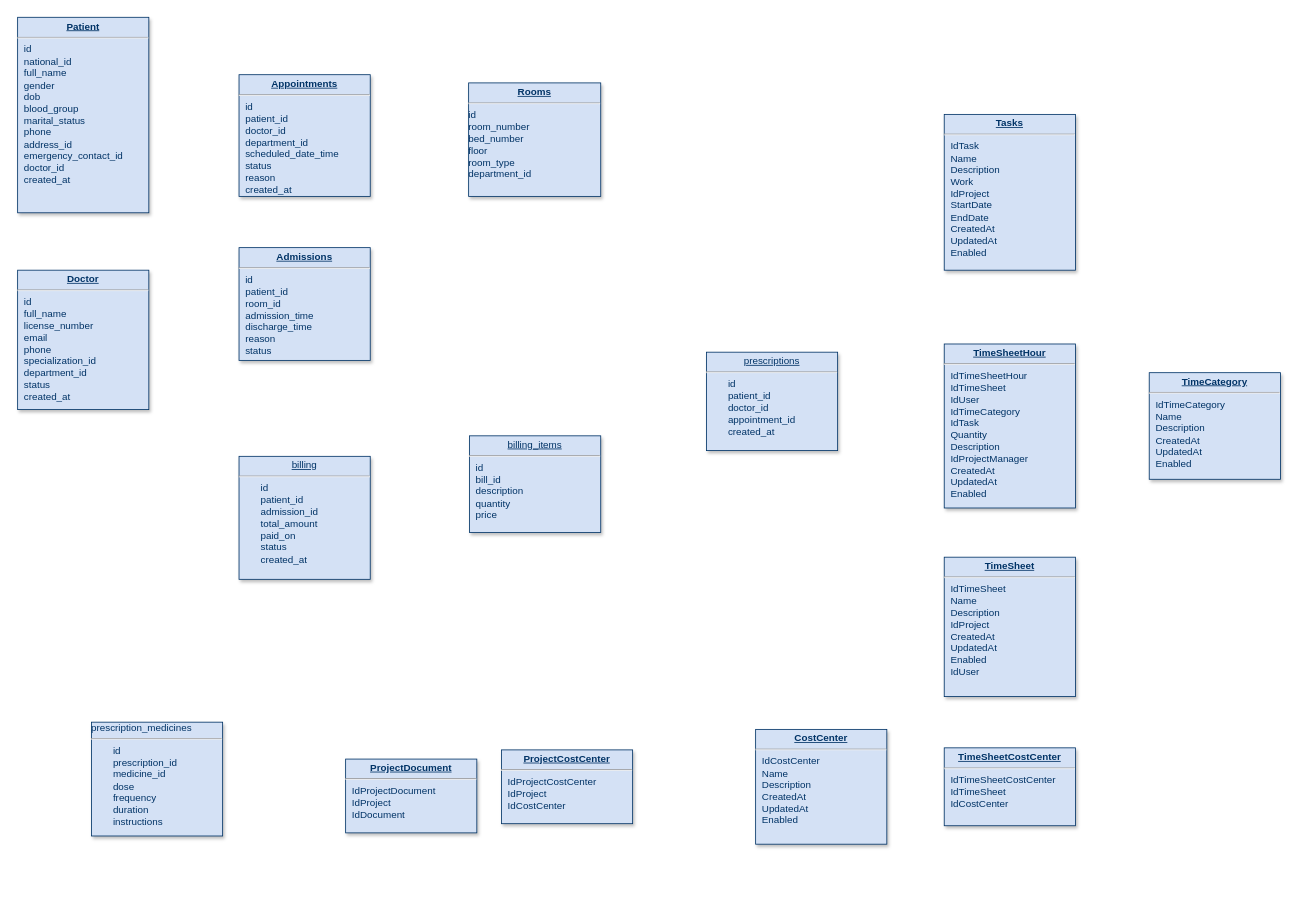
Before: Untitled Diagram.drawio in fiafghan/emr-backend-laravel, a draw.io diagram. Source tidied: cells renumbered, new cells numbered last; positions are measured from the earlier drawing's top-left corner, leaving out a move shared by most shapes. Both pictures are drawn from the tidied source at 82%, with x=0, y=0 at pixel (17, 17).
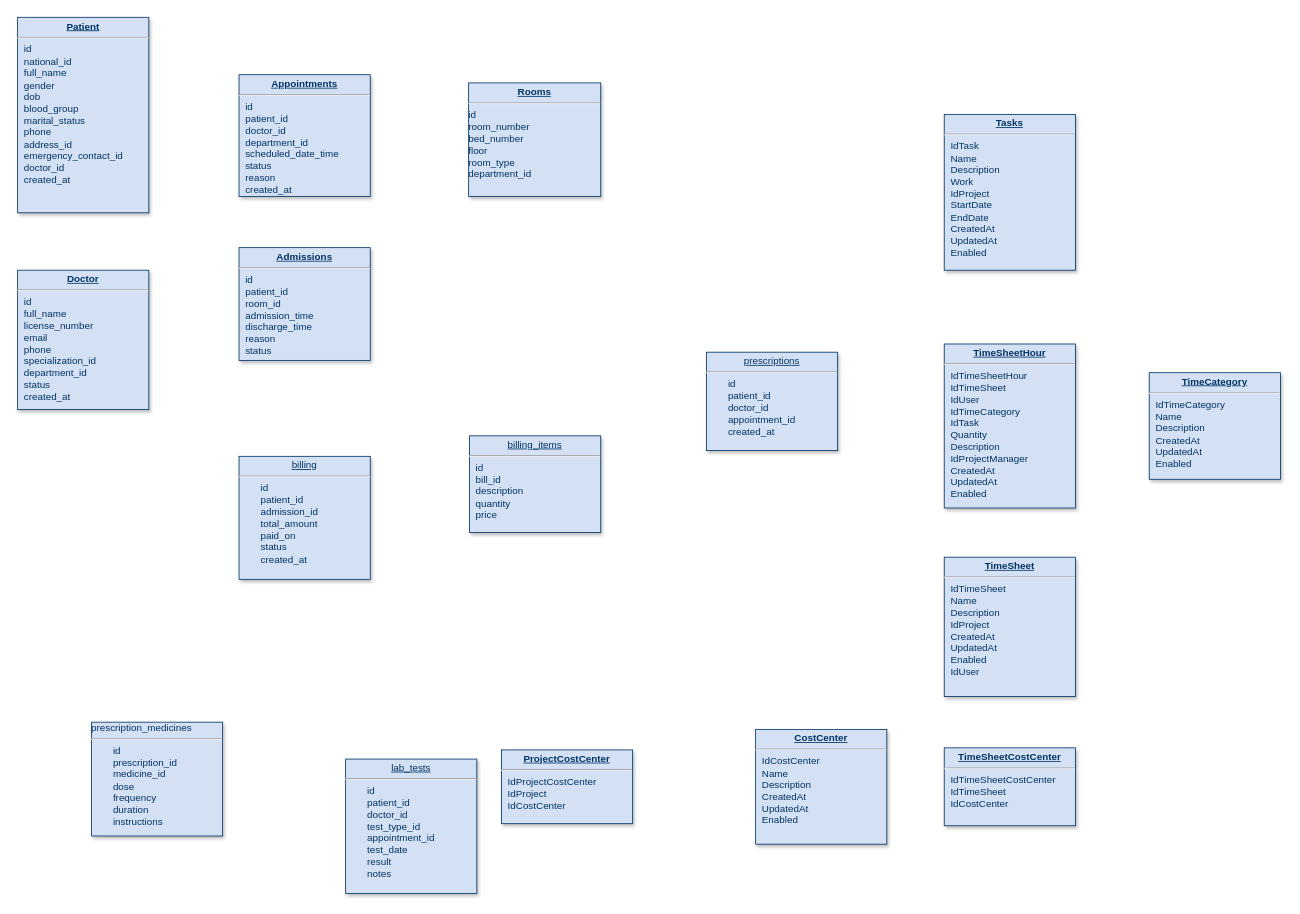
The same diagram, later.

The edit, as a diff of the source:
```diff
@@
 <mxGraphModel>
   <root>
     <mxCell id="0" />
     <mxCell id="1" parent="0" />
     <mxCell id="2" value="&lt;p style=&quot;margin: 4px 0px 0px; text-align: center; text-decoration: underline;&quot;&gt;&lt;strong&gt;Appointments&lt;br&gt;&lt;/strong&gt;&lt;/p&gt;&lt;hr&gt;&lt;p style=&quot;margin: 0px; margin-left: 8px;&quot;&gt;id&lt;/p&gt;&lt;p style=&quot;margin: 0px; margin-left: 8px;&quot;&gt;patient_id&lt;/p&gt;&lt;p style=&quot;margin: 0px; margin-left: 8px;&quot;&gt;doctor_id&lt;/p&gt;&lt;p style=&quot;margin: 0px; margin-left: 8px;&quot;&gt;department_id&lt;/p&gt;&lt;p style=&quot;margin: 0px; margin-left: 8px;&quot;&gt;scheduled_date_time&lt;/p&gt;&lt;p style=&quot;margin: 0px; margin-left: 8px;&quot;&gt;status&lt;/p&gt;&lt;p style=&quot;margin: 0px; margin-left: 8px;&quot;&gt;reason&lt;/p&gt;&lt;p style=&quot;margin: 0px; margin-left: 8px;&quot;&gt;created_at&lt;br&gt;&lt;/p&gt;" style="verticalAlign=top;align=left;overflow=fill;fontSize=12;fontFamily=Helvetica;html=1;strokeColor=#003366;shadow=1;fillColor=#D4E1F5;fontColor=#003366;" parent="1" vertex="1">
       <mxGeometry x="270" y="69.6" width="160" height="148.4" as="geometry" />
     </mxCell>
     <mxCell id="3" value="&lt;p style=&quot;margin: 4px 0px 0px; text-align: center; text-decoration: underline;&quot;&gt;&lt;strong&gt;Admissions&lt;br&gt;&lt;/strong&gt;&lt;/p&gt;&lt;hr&gt;&lt;p style=&quot;margin: 0px; margin-left: 8px;&quot;&gt;id&lt;/p&gt;&lt;p style=&quot;margin: 0px; margin-left: 8px;&quot;&gt;patient_id&lt;/p&gt;&lt;p style=&quot;margin: 0px; margin-left: 8px;&quot;&gt;room_id&lt;/p&gt;&lt;p style=&quot;margin: 0px; margin-left: 8px;&quot;&gt;admission_time&lt;/p&gt;&lt;p style=&quot;margin: 0px; margin-left: 8px;&quot;&gt;discharge_time&lt;/p&gt;&lt;p style=&quot;margin: 0px; margin-left: 8px;&quot;&gt;reason&lt;/p&gt;&lt;p style=&quot;margin: 0px; margin-left: 8px;&quot;&gt;status&lt;br&gt;&lt;/p&gt;" style="verticalAlign=top;align=left;overflow=fill;fontSize=12;fontFamily=Helvetica;html=1;strokeColor=#003366;shadow=1;fillColor=#D4E1F5;fontColor=#003366;" parent="1" vertex="1">
       <mxGeometry x="270" y="280.5" width="160" height="137.5" as="geometry" />
     </mxCell>
     <mxCell id="4" value="&lt;p style=&quot;margin: 4px 0px 0px; text-align: center; text-decoration: underline;&quot;&gt;&lt;strong&gt;Doctor&lt;br&gt;&lt;/strong&gt;&lt;/p&gt;&lt;hr&gt;&lt;p style=&quot;margin: 0px; margin-left: 8px;&quot;&gt;id&lt;/p&gt;&lt;p style=&quot;margin: 0px; margin-left: 8px;&quot;&gt;full_name&lt;/p&gt;&lt;p style=&quot;margin: 0px; margin-left: 8px;&quot;&gt;license_number&lt;/p&gt;&lt;p style=&quot;margin: 0px; margin-left: 8px;&quot;&gt;email&lt;/p&gt;&lt;p style=&quot;margin: 0px; margin-left: 8px;&quot;&gt;phone&lt;/p&gt;&lt;p style=&quot;margin: 0px; margin-left: 8px;&quot;&gt;specialization_id&lt;/p&gt;&lt;p style=&quot;margin: 0px; margin-left: 8px;&quot;&gt;department_id&lt;/p&gt;&lt;p style=&quot;margin: 0px; margin-left: 8px;&quot;&gt;status&lt;/p&gt;&lt;p style=&quot;margin: 0px; margin-left: 8px;&quot;&gt;created_at&lt;br&gt;&lt;/p&gt;" style="verticalAlign=top;align=left;overflow=fill;fontSize=12;fontFamily=Helvetica;html=1;strokeColor=#003366;shadow=1;fillColor=#D4E1F5;fontColor=#003366;" parent="1" vertex="1">
       <mxGeometry y="308" width="160" height="170" as="geometry" />
     </mxCell>
     <mxCell id="5" value="&lt;p style=&quot;margin: 4px 0px 0px; text-align: center; text-decoration: underline;&quot;&gt;prescriptions&lt;/p&gt;&lt;hr&gt;&lt;div&gt;&lt;span style=&quot;white-space: pre;&quot;&gt;&#9;&lt;/span&gt;id&lt;/div&gt;&lt;div&gt;&lt;span style=&quot;white-space: pre;&quot;&gt;&#9;&lt;/span&gt;patient_id&lt;/div&gt;&lt;div&gt;&lt;span style=&quot;white-space: pre;&quot;&gt;&#9;&lt;/span&gt;doctor_id&lt;/div&gt;&lt;div&gt;&lt;span style=&quot;white-space: pre;&quot;&gt;&#9;&lt;/span&gt;appointment_id&lt;/div&gt;&lt;div&gt;&lt;span style=&quot;white-space: pre;&quot;&gt;&#9;&lt;/span&gt;created_at&lt;/div&gt;" style="verticalAlign=top;align=left;overflow=fill;fontSize=12;fontFamily=Helvetica;html=1;strokeColor=#003366;shadow=1;fillColor=#D4E1F5;fontColor=#003366;" parent="1" vertex="1">
       <mxGeometry x="840" y="408" width="160" height="120" as="geometry" />
     </mxCell>
     <mxCell id="6" value="&lt;p style=&quot;margin: 4px 0px 0px; text-align: center; text-decoration: underline;&quot;&gt;&lt;strong&gt;Rooms&lt;/strong&gt;&lt;/p&gt;&lt;hr&gt;&lt;div&gt;id&lt;/div&gt;&lt;div&gt;room_number&lt;/div&gt;&lt;div&gt;bed_number&lt;/div&gt;&lt;div&gt;floor&lt;/div&gt;&lt;div&gt;room_type&lt;/div&gt;&lt;div&gt;department_id&lt;br&gt;&lt;/div&gt;" style="verticalAlign=top;align=left;overflow=fill;fontSize=12;fontFamily=Helvetica;html=1;strokeColor=#003366;shadow=1;fillColor=#D4E1F5;fontColor=#003366;" parent="1" vertex="1">
       <mxGeometry x="550" y="79.6" width="161.1" height="138.4" as="geometry" />
     </mxCell>
     <mxCell id="7" value="&lt;p style=&quot;margin: 4px 0px 0px; text-align: center; text-decoration: underline;&quot;&gt;billing&lt;/p&gt;&lt;hr&gt;&lt;div&gt;&lt;span style=&quot;white-space: pre;&quot;&gt;&#9;&lt;/span&gt;id&lt;/div&gt;&lt;div&gt;&lt;span style=&quot;white-space: pre;&quot;&gt;&#9;&lt;/span&gt;patient_id&lt;/div&gt;&lt;div&gt;&lt;span style=&quot;white-space: pre;&quot;&gt;&#9;&lt;/span&gt;admission_id&lt;/div&gt;&lt;div&gt;&lt;span style=&quot;white-space: pre;&quot;&gt;&#9;&lt;/span&gt;total_amount&lt;/div&gt;&lt;div&gt;&lt;span style=&quot;white-space: pre;&quot;&gt;&#9;&lt;/span&gt;paid_on&lt;/div&gt;&lt;div&gt;&lt;span style=&quot;white-space: pre;&quot;&gt;&#9;&lt;/span&gt;status&lt;/div&gt;&lt;div&gt;&lt;span style=&quot;white-space: pre;&quot;&gt;&#9;&lt;/span&gt;created_at&lt;/div&gt;" style="verticalAlign=top;align=left;overflow=fill;fontSize=12;fontFamily=Helvetica;html=1;strokeColor=#003366;shadow=1;fillColor=#D4E1F5;fontColor=#003366;" parent="1" vertex="1">
       <mxGeometry x="270" y="535" width="160" height="150" as="geometry" />
     </mxCell>
     <mxCell id="8" value="&lt;p style=&quot;margin: 4px 0px 0px; text-align: center; text-decoration: underline;&quot;&gt;&lt;strong&gt;Patient&lt;br&gt;&lt;/strong&gt;&lt;/p&gt;&lt;hr&gt;&lt;p style=&quot;margin: 0px; margin-left: 8px;&quot;&gt;id&lt;span style=&quot;white-space: pre;&quot;&gt;&#9;&lt;/span&gt;&lt;br&gt;&lt;/p&gt;&lt;p style=&quot;margin: 0px; margin-left: 8px;&quot;&gt;national_id&lt;br&gt;&lt;/p&gt;&lt;p style=&quot;margin: 0px; margin-left: 8px;&quot;&gt;full_name&lt;br&gt;&lt;/p&gt;&lt;p style=&quot;margin: 0px; margin-left: 8px;&quot;&gt;gender&lt;br&gt;&lt;/p&gt;&lt;p style=&quot;margin: 0px; margin-left: 8px;&quot;&gt;dob&lt;br&gt;&lt;/p&gt;&lt;p style=&quot;margin: 0px; margin-left: 8px;&quot;&gt;blood_group&lt;br&gt;&lt;/p&gt;&lt;p style=&quot;margin: 0px; margin-left: 8px;&quot;&gt;marital_status&lt;br&gt;&lt;/p&gt;&lt;p style=&quot;margin: 0px; margin-left: 8px;&quot;&gt;phone&lt;/p&gt;&lt;p style=&quot;margin: 0px; margin-left: 8px;&quot;&gt;address_id&lt;/p&gt;&lt;p style=&quot;margin: 0px; margin-left: 8px;&quot;&gt;emergency_contact_id&lt;/p&gt;&lt;p style=&quot;margin: 0px; margin-left: 8px;&quot;&gt;doctor_id&lt;/p&gt;&lt;p style=&quot;margin: 0px; margin-left: 8px;&quot;&gt;created_at&lt;br&gt;&lt;/p&gt;" style="verticalAlign=top;align=left;overflow=fill;fontSize=12;fontFamily=Helvetica;html=1;strokeColor=#003366;shadow=1;fillColor=#D4E1F5;fontColor=#003366;" parent="1" vertex="1">
       <mxGeometry y="-0.4" width="160" height="238.4" as="geometry" />
     </mxCell>
     <mxCell id="9" value="&lt;p style=&quot;margin: 0px; margin-top: 4px; text-align: center; text-decoration: underline;&quot;&gt;&lt;strong&gt;TimeSheet&lt;/strong&gt;&lt;/p&gt;&lt;hr /&gt;&lt;p style=&quot;margin: 0px; margin-left: 8px;&quot;&gt;IdTimeSheet&lt;/p&gt;&lt;p style=&quot;margin: 0px; margin-left: 8px;&quot;&gt;Name&lt;/p&gt;&lt;p style=&quot;margin: 0px; margin-left: 8px;&quot;&gt;Description&lt;/p&gt;&lt;p style=&quot;margin: 0px; margin-left: 8px;&quot;&gt;IdProject&lt;/p&gt;&lt;p style=&quot;margin: 0px; margin-left: 8px;&quot;&gt;CreatedAt&lt;/p&gt;&lt;p style=&quot;margin: 0px; margin-left: 8px;&quot;&gt;UpdatedAt&lt;/p&gt;&lt;p style=&quot;margin: 0px; margin-left: 8px;&quot;&gt;Enabled&lt;/p&gt;&lt;p style=&quot;margin: 0px; margin-left: 8px;&quot;&gt;IdUser&lt;/p&gt;" style="verticalAlign=top;align=left;overflow=fill;fontSize=12;fontFamily=Helvetica;html=1;strokeColor=#003366;shadow=1;fillColor=#D4E1F5;fontColor=#003366;" parent="1" vertex="1">
       <mxGeometry x="1130" y="658" width="160" height="170" as="geometry" />
     </mxCell>
     <mxCell id="10" value="&lt;p style=&quot;margin: 0px; margin-top: 4px; text-align: center; text-decoration: underline;&quot;&gt;&lt;strong&gt;TimeSheetHour&lt;/strong&gt;&lt;/p&gt;&lt;hr /&gt;&lt;p style=&quot;margin: 0px; margin-left: 8px;&quot;&gt;IdTimeSheetHour&lt;br /&gt;IdTimeSheet&lt;/p&gt;&lt;p style=&quot;margin: 0px; margin-left: 8px;&quot;&gt;IdUser&lt;/p&gt;&lt;p style=&quot;margin: 0px; margin-left: 8px;&quot;&gt;IdTimeCategory&lt;/p&gt;&lt;p style=&quot;margin: 0px; margin-left: 8px;&quot;&gt;IdTask&lt;/p&gt;&lt;p style=&quot;margin: 0px; margin-left: 8px;&quot;&gt;Quantity&lt;/p&gt;&lt;p style=&quot;margin: 0px; margin-left: 8px;&quot;&gt;Description&lt;/p&gt;&lt;p style=&quot;margin: 0px; margin-left: 8px;&quot;&gt;IdProjectManager&lt;/p&gt;&lt;p style=&quot;margin: 0px; margin-left: 8px;&quot;&gt;CreatedAt&lt;/p&gt;&lt;p style=&quot;margin: 0px; margin-left: 8px;&quot;&gt;UpdatedAt&lt;/p&gt;&lt;p style=&quot;margin: 0px; margin-left: 8px;&quot;&gt;Enabled&lt;/p&gt;" style="verticalAlign=top;align=left;overflow=fill;fontSize=12;fontFamily=Helvetica;html=1;strokeColor=#003366;shadow=1;fillColor=#D4E1F5;fontColor=#003366;" parent="1" vertex="1">
       <mxGeometry x="1130" y="398" width="160" height="200" as="geometry" />
     </mxCell>
     <mxCell id="11" value="prescription_medicines&lt;hr&gt;&lt;div&gt;&lt;span style=&quot;white-space: pre;&quot;&gt;&#9;&lt;/span&gt;id&lt;/div&gt;&lt;div&gt;&lt;span style=&quot;white-space: pre;&quot;&gt;&#9;&lt;/span&gt;prescription_id&lt;/div&gt;&lt;div&gt;&lt;span style=&quot;white-space: pre;&quot;&gt;&#9;&lt;/span&gt;medicine_id&lt;/div&gt;&lt;div&gt;&lt;span style=&quot;white-space: pre;&quot;&gt;&#9;&lt;/span&gt;dose&lt;/div&gt;&lt;div&gt;&lt;span style=&quot;white-space: pre;&quot;&gt;&#9;&lt;/span&gt;frequency&lt;/div&gt;&lt;div&gt;&lt;span style=&quot;white-space: pre;&quot;&gt;&#9;&lt;/span&gt;duration&lt;/div&gt;&lt;div&gt;&lt;span style=&quot;white-space: pre;&quot;&gt;&#9;&lt;/span&gt;instructions&lt;/div&gt;" style="verticalAlign=top;align=left;overflow=fill;fontSize=12;fontFamily=Helvetica;html=1;strokeColor=#003366;shadow=1;fillColor=#D4E1F5;fontColor=#003366;" parent="1" vertex="1">
       <mxGeometry x="90" y="859.2" width="160" height="138.8" as="geometry" />
     </mxCell>
     <mxCell id="12" value="&lt;p style=&quot;margin: 4px 0px 0px; text-align: center; text-decoration: underline;&quot;&gt;billing_items&lt;/p&gt;&lt;hr&gt;&lt;p style=&quot;margin: 0px; margin-left: 8px;&quot;&gt;id&lt;/p&gt;&lt;p style=&quot;margin: 0px; margin-left: 8px;&quot;&gt;bill_id&lt;/p&gt;&lt;p style=&quot;margin: 0px; margin-left: 8px;&quot;&gt;description&lt;/p&gt;&lt;p style=&quot;margin: 0px; margin-left: 8px;&quot;&gt;quantity&lt;/p&gt;&lt;p style=&quot;margin: 0px; margin-left: 8px;&quot;&gt;price&lt;/p&gt;" style="verticalAlign=top;align=left;overflow=fill;fontSize=12;fontFamily=Helvetica;html=1;strokeColor=#003366;shadow=1;fillColor=#D4E1F5;fontColor=#003366;" parent="1" vertex="1">
       <mxGeometry x="551.1" y="510" width="160" height="118" as="geometry" />
     </mxCell>
     <mxCell id="13" value="&lt;p style=&quot;margin: 0px; margin-top: 4px; text-align: center; text-decoration: underline;&quot;&gt;&lt;strong&gt;TimeCategory&lt;/strong&gt;&lt;/p&gt;&lt;hr /&gt;&lt;p style=&quot;margin: 0px; margin-left: 8px;&quot;&gt;IdTimeCategory&lt;/p&gt;&lt;p style=&quot;margin: 0px; margin-left: 8px;&quot;&gt;Name&lt;/p&gt;&lt;p style=&quot;margin: 0px; margin-left: 8px;&quot;&gt;Description&lt;/p&gt;&lt;p style=&quot;margin: 0px; margin-left: 8px;&quot;&gt;CreatedAt&lt;/p&gt;&lt;p style=&quot;margin: 0px; margin-left: 8px;&quot;&gt;UpdatedAt&lt;/p&gt;&lt;p style=&quot;margin: 0px; margin-left: 8px;&quot;&gt;Enabled&lt;/p&gt;" style="verticalAlign=top;align=left;overflow=fill;fontSize=12;fontFamily=Helvetica;html=1;strokeColor=#003366;shadow=1;fillColor=#D4E1F5;fontColor=#003366;" parent="1" vertex="1">
       <mxGeometry x="1380" y="433" width="160" height="130" as="geometry" />
     </mxCell>
     <mxCell id="14" value="&lt;p style=&quot;margin: 0px; margin-top: 4px; text-align: center; text-decoration: underline;&quot;&gt;&lt;strong&gt;TimeSheetCostCenter&lt;/strong&gt;&lt;/p&gt;&lt;hr /&gt;&lt;p style=&quot;margin: 0px; margin-left: 8px;&quot;&gt;IdTimeSheetCostCenter&lt;/p&gt;&lt;p style=&quot;margin: 0px; margin-left: 8px;&quot;&gt;IdTimeSheet&lt;/p&gt;&lt;p style=&quot;margin: 0px; margin-left: 8px;&quot;&gt;IdCostCenter&lt;/p&gt;" style="verticalAlign=top;align=left;overflow=fill;fontSize=12;fontFamily=Helvetica;html=1;strokeColor=#003366;shadow=1;fillColor=#D4E1F5;fontColor=#003366;" parent="1" vertex="1">
       <mxGeometry x="1130" y="890.5" width="160" height="95" as="geometry" />
     </mxCell>
     <mxCell id="15" value="&lt;p style=&quot;margin: 0px; margin-top: 4px; text-align: center; text-decoration: underline;&quot;&gt;&lt;strong&gt;CostCenter&lt;/strong&gt;&lt;/p&gt;&lt;hr /&gt;&lt;p style=&quot;margin: 0px; margin-left: 8px;&quot;&gt;IdCostCenter&lt;/p&gt;&lt;p style=&quot;margin: 0px; margin-left: 8px;&quot;&gt;Name&lt;/p&gt;&lt;p style=&quot;margin: 0px; margin-left: 8px;&quot;&gt;Description&lt;/p&gt;&lt;p style=&quot;margin: 0px; margin-left: 8px;&quot;&gt;CreatedAt&lt;/p&gt;&lt;p style=&quot;margin: 0px; margin-left: 8px;&quot;&gt;UpdatedAt&lt;/p&gt;&lt;p style=&quot;margin: 0px; margin-left: 8px;&quot;&gt;Enabled&lt;/p&gt;" style="verticalAlign=top;align=left;overflow=fill;fontSize=12;fontFamily=Helvetica;html=1;strokeColor=#003366;shadow=1;fillColor=#D4E1F5;fontColor=#003366;" parent="1" vertex="1">
       <mxGeometry x="900" y="868" width="160" height="140" as="geometry" />
     </mxCell>
     <mxCell id="16" value="&lt;p style=&quot;margin: 0px; margin-top: 4px; text-align: center; text-decoration: underline;&quot;&gt;&lt;strong&gt;ProjectCostCenter&lt;/strong&gt;&lt;/p&gt;&lt;hr /&gt;&lt;p style=&quot;margin: 0px; margin-left: 8px;&quot;&gt;IdProjectCostCenter&lt;/p&gt;&lt;p style=&quot;margin: 0px; margin-left: 8px;&quot;&gt;IdProject&lt;/p&gt;&lt;p style=&quot;margin: 0px; margin-left: 8px;&quot;&gt;IdCostCenter&lt;/p&gt;" style="verticalAlign=top;align=left;overflow=fill;fontSize=12;fontFamily=Helvetica;html=1;strokeColor=#003366;shadow=1;fillColor=#D4E1F5;fontColor=#003366;" parent="1" vertex="1">
       <mxGeometry x="590" y="893" width="160" height="90" as="geometry" />
     </mxCell>
-    <mxCell id="17" value="&lt;p style=&quot;margin: 0px ; margin-top: 4px ; text-align: center ; text-decoration: underline&quot;&gt;&lt;strong&gt;ProjectDocument&lt;/strong&gt;&lt;/p&gt;&lt;hr&gt;&lt;p style=&quot;margin: 0px ; margin-left: 8px&quot;&gt;IdProjectDocument&lt;/p&gt;&lt;p style=&quot;margin: 0px ; margin-left: 8px&quot;&gt;IdProject&lt;/p&gt;&lt;p style=&quot;margin: 0px ; margin-left: 8px&quot;&gt;IdDocument&lt;/p&gt;" style="verticalAlign=top;align=left;overflow=fill;fontSize=12;fontFamily=Helvetica;html=1;strokeColor=#003366;shadow=1;fillColor=#D4E1F5;fontColor=#003366;" parent="1" vertex="1">
-      <mxGeometry x="400" y="904.2" width="160" height="90" as="geometry" />
+    <mxCell id="17" value="&lt;p style=&quot;margin: 4px 0px 0px; text-align: center; text-decoration: underline;&quot;&gt;lab_tests&lt;/p&gt;&lt;hr&gt;&lt;div&gt;&lt;span style=&quot;white-space: pre;&quot;&gt;&#9;&lt;/span&gt;id&lt;/div&gt;&lt;div&gt;&lt;span style=&quot;white-space: pre;&quot;&gt;&#9;&lt;/span&gt;patient_id&lt;/div&gt;&lt;div&gt;&lt;span style=&quot;white-space: pre;&quot;&gt;&#9;&lt;/span&gt;doctor_id&lt;/div&gt;&lt;div&gt;&lt;span style=&quot;white-space: pre;&quot;&gt;&#9;&lt;/span&gt;test_type_id&lt;/div&gt;&lt;div&gt;&lt;span style=&quot;white-space: pre;&quot;&gt;&#9;&lt;/span&gt;appointment_id&lt;/div&gt;&lt;div&gt;&lt;span style=&quot;white-space: pre;&quot;&gt;&#9;&lt;/span&gt;test_date&lt;/div&gt;&lt;div&gt;&lt;span style=&quot;white-space: pre;&quot;&gt;&#9;&lt;/span&gt;result&lt;/div&gt;&lt;div&gt;&lt;span style=&quot;white-space: pre;&quot;&gt;&#9;&lt;/span&gt;notes&lt;/div&gt;" style="verticalAlign=top;align=left;overflow=fill;fontSize=12;fontFamily=Helvetica;html=1;strokeColor=#003366;shadow=1;fillColor=#D4E1F5;fontColor=#003366;" parent="1" vertex="1">
+      <mxGeometry x="400" y="904.2" width="160" height="163.8" as="geometry" />
     </mxCell>
     <mxCell id="18" value="&lt;p style=&quot;margin: 0px; margin-top: 4px; text-align: center; text-decoration: underline;&quot;&gt;&lt;strong&gt;Tasks&lt;/strong&gt;&lt;/p&gt;&lt;hr /&gt;&lt;p style=&quot;margin: 0px; margin-left: 8px;&quot;&gt;IdTask&lt;/p&gt;&lt;p style=&quot;margin: 0px; margin-left: 8px;&quot;&gt;Name&lt;/p&gt;&lt;p style=&quot;margin: 0px; margin-left: 8px;&quot;&gt;Description&lt;/p&gt;&lt;p style=&quot;margin: 0px; margin-left: 8px;&quot;&gt;Work&lt;/p&gt;&lt;p style=&quot;margin: 0px; margin-left: 8px;&quot;&gt;IdProject&lt;/p&gt;&lt;p style=&quot;margin: 0px; margin-left: 8px;&quot;&gt;StartDate&lt;/p&gt;&lt;p style=&quot;margin: 0px; margin-left: 8px;&quot;&gt;EndDate&lt;/p&gt;&lt;p style=&quot;margin: 0px; margin-left: 8px;&quot;&gt;CreatedAt&lt;/p&gt;&lt;p style=&quot;margin: 0px; margin-left: 8px;&quot;&gt;UpdatedAt&lt;/p&gt;&lt;p style=&quot;margin: 0px; margin-left: 8px;&quot;&gt;Enabled&lt;/p&gt;" style="verticalAlign=top;align=left;overflow=fill;fontSize=12;fontFamily=Helvetica;html=1;strokeColor=#003366;shadow=1;fillColor=#D4E1F5;fontColor=#003366;" parent="1" vertex="1">
       <mxGeometry x="1130" y="118" width="160" height="190" as="geometry" />
     </mxCell>
   </root>
 </mxGraphModel>
```
